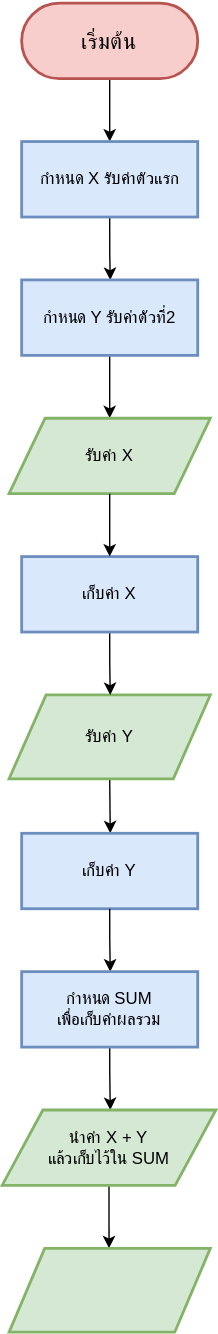
ruangrith-ri/MDT112-InClassActivity keeps this draw.io diagram as Week4 Student/Untitled Diagram.svg. Above is the earlier version. Source tidied: cells renumbered, new cells last; positions are measured from the earlier drawing's top-left corner, leaving out a move shared by most shapes. Its diagram source:
```xml
<mxGraphModel background="#ffffff">
  <root>
    <mxCell id="0" />
    <mxCell id="1" parent="0" />
    <mxCell id="2" style="edgeStyle=orthogonalEdgeStyle;rounded=0;jettySize=auto;html=1;exitX=0.5;exitY=1;exitDx=0;exitDy=0;" parent="1" edge="1" source="3">
      <mxGeometry relative="1" as="geometry">
        <mxPoint x="77" y="99" as="targetPoint" />
      </mxGeometry>
    </mxCell>
    <mxCell id="3" value="&lt;font size=&quot;3&quot;&gt;เริ่มต้น&lt;/font&gt;" style="rounded=1;whiteSpace=wrap;html=1;absoluteArcSize=1;arcSize=126;strokeWidth=2;fillColor=#f8cecc;strokeColor=#b85450;" parent="1" vertex="1">
      <mxGeometry x="14" width="126" height="54" as="geometry" />
    </mxCell>
    <mxCell id="4" style="edgeStyle=orthogonalEdgeStyle;rounded=0;jettySize=auto;html=1;exitX=0.5;exitY=1;exitDx=0;exitDy=0;" parent="1" edge="1" source="5">
      <mxGeometry relative="1" as="geometry">
        <mxPoint x="77.4" y="198" as="targetPoint" />
        <Array as="points">
          <mxPoint x="77" y="180" />
          <mxPoint x="77" y="180" />
        </Array>
      </mxGeometry>
    </mxCell>
    <mxCell id="5" value="กำหนด X รับค่าตัวแรก" style="rounded=1;whiteSpace=wrap;html=1;absoluteArcSize=1;arcSize=0;strokeWidth=2;fillColor=#dae8fc;strokeColor=#6c8ebf;" parent="1" vertex="1">
      <mxGeometry x="14" y="99" width="126" height="54" as="geometry" />
    </mxCell>
    <mxCell id="6" style="edgeStyle=orthogonalEdgeStyle;rounded=0;jettySize=auto;html=1;exitX=0.5;exitY=1;exitDx=0;exitDy=0;" parent="1" edge="1" source="7">
      <mxGeometry relative="1" as="geometry">
        <mxPoint x="77" y="297" as="targetPoint" />
      </mxGeometry>
    </mxCell>
    <mxCell id="7" value="กำหนด Y รับค่าตัวที่2" style="rounded=1;whiteSpace=wrap;html=1;absoluteArcSize=1;arcSize=0;strokeWidth=2;fillColor=#dae8fc;strokeColor=#6c8ebf;" parent="1" vertex="1">
      <mxGeometry x="14" y="198" width="126" height="54" as="geometry" />
    </mxCell>
    <mxCell id="8" style="group;" parent="1" vertex="1">
      <mxGeometry x="5" y="297" width="144" height="351" as="geometry" />
    </mxCell>
    <mxCell id="9" value="รับค่า X" style="shape=parallelogram;html=1;strokeWidth=2;perimeter=parallelogramPerimeter;whiteSpace=wrap;rounded=1;arcSize=0;size=0.17913029325181393;fillColor=#d5e8d4;strokeColor=#82b366;" parent="8" vertex="1">
      <mxGeometry width="144" height="54" as="geometry" />
    </mxCell>
    <mxCell id="10" style="edgeStyle=orthogonalEdgeStyle;rounded=0;jettySize=auto;html=1;exitX=0.5;exitY=1;exitDx=0;exitDy=0;" parent="8" edge="1" source="11">
      <mxGeometry relative="1" as="geometry">
        <mxPoint x="72.4" y="297" as="targetPoint" />
      </mxGeometry>
    </mxCell>
    <mxCell id="11" value="รับค่า Y" style="shape=parallelogram;html=1;strokeWidth=2;perimeter=parallelogramPerimeter;whiteSpace=wrap;rounded=1;arcSize=0;size=0.18376839900362407;fillColor=#d5e8d4;strokeColor=#82b366;" parent="8" vertex="1">
      <mxGeometry y="198" width="144" height="60" as="geometry" />
    </mxCell>
    <mxCell id="12" style="edgeStyle=orthogonalEdgeStyle;rounded=0;jettySize=auto;html=1;exitX=0.5;exitY=1;exitDx=0;exitDy=0;" parent="8" edge="1" source="13">
      <mxGeometry relative="1" as="geometry">
        <mxPoint x="72.4" y="198" as="targetPoint" />
        <Array as="points">
          <mxPoint x="72" y="176" />
          <mxPoint x="72" y="176" />
        </Array>
      </mxGeometry>
    </mxCell>
    <mxCell id="13" value="เก็บค่า X" style="rounded=1;whiteSpace=wrap;html=1;absoluteArcSize=1;arcSize=0;strokeWidth=2;fillColor=#dae8fc;strokeColor=#6c8ebf;" parent="8" vertex="1">
      <mxGeometry x="9" y="99" width="126" height="54" as="geometry" />
    </mxCell>
    <mxCell id="14" style="edgeStyle=orthogonalEdgeStyle;rounded=0;jettySize=auto;html=1;exitX=0.5;exitY=1;exitDx=0;exitDy=0;" parent="8" edge="1" source="9" target="13">
      <mxGeometry relative="1" as="geometry" />
    </mxCell>
    <mxCell id="15" value="เก็บค่า Y" style="rounded=1;whiteSpace=wrap;html=1;absoluteArcSize=1;arcSize=0;strokeWidth=2;fillColor=#dae8fc;strokeColor=#6c8ebf;" parent="8" vertex="1">
      <mxGeometry x="9" y="297" width="126" height="54" as="geometry" />
    </mxCell>
    <mxCell id="16" style="edgeStyle=orthogonalEdgeStyle;rounded=0;jettySize=auto;html=1;exitX=0.5;exitY=1;exitDx=0;exitDy=0;" parent="1" edge="1" source="15">
      <mxGeometry relative="1" as="geometry">
        <mxPoint x="77.4" y="693" as="targetPoint" />
        <Array as="points">
          <mxPoint x="77" y="670" />
          <mxPoint x="77" y="670" />
        </Array>
      </mxGeometry>
    </mxCell>
    <mxCell id="17" style="edgeStyle=orthogonalEdgeStyle;rounded=0;jettySize=auto;html=1;exitX=0.5;exitY=1;exitDx=0;exitDy=0;" parent="1" edge="1" source="18">
      <mxGeometry relative="1" as="geometry">
        <mxPoint x="77.4" y="792" as="targetPoint" />
        <Array as="points">
          <mxPoint x="77" y="765" />
          <mxPoint x="77" y="765" />
        </Array>
      </mxGeometry>
    </mxCell>
    <mxCell id="18" value="กำหนด SUM &lt;br&gt;เพื่อเก็บค่าผลรวม" style="rounded=1;whiteSpace=wrap;html=1;absoluteArcSize=1;arcSize=0;strokeWidth=2;fillColor=#dae8fc;strokeColor=#6c8ebf;" parent="1" vertex="1">
      <mxGeometry x="14" y="693" width="126" height="54" as="geometry" />
    </mxCell>
    <mxCell id="19" style="edgeStyle=orthogonalEdgeStyle;rounded=0;jettySize=auto;html=1;exitX=0.5;exitY=1;exitDx=0;exitDy=0;" parent="1" edge="1" source="20">
      <mxGeometry relative="1" as="geometry">
        <mxPoint x="76.5" y="891" as="targetPoint" />
      </mxGeometry>
    </mxCell>
    <mxCell id="20" value="นำค่า X + Y&lt;br&gt;แล้วเก็บไว้ใน SUM" style="shape=parallelogram;html=1;strokeWidth=2;perimeter=parallelogramPerimeter;whiteSpace=wrap;rounded=1;arcSize=0;size=0.19072477921195666;fillColor=#d5e8d4;strokeColor=#82b366;" parent="1" vertex="1">
      <mxGeometry y="792" width="153" height="54" as="geometry" />
    </mxCell>
    <mxCell id="21" style="shape=parallelogram;html=1;strokeWidth=2;perimeter=parallelogramPerimeter;whiteSpace=wrap;rounded=1;arcSize=0;size=0.17681173573369732;fillColor=#d5e8d4;strokeColor=#82b366;" parent="1" vertex="1">
      <mxGeometry x="5" y="891" width="144" height="60" as="geometry" />
    </mxCell>
  </root>
</mxGraphModel>
```
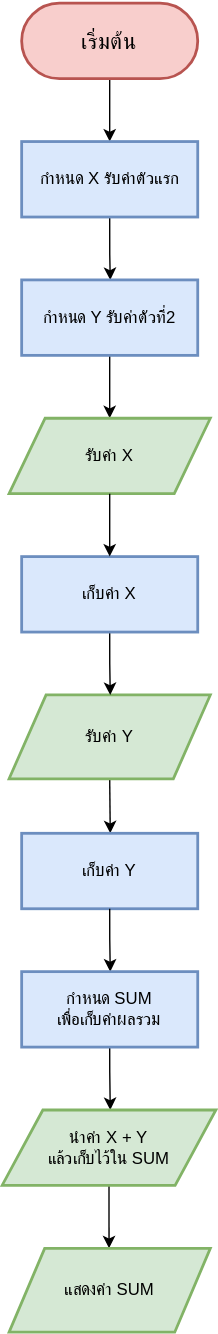
Above is the later version.

What changed in the source:
```diff
@@ -91,7 +91,7 @@
     <mxCell id="20" value="นำค่า X + Y&lt;br&gt;แล้วเก็บไว้ใน SUM" style="shape=parallelogram;html=1;strokeWidth=2;perimeter=parallelogramPerimeter;whiteSpace=wrap;rounded=1;arcSize=0;size=0.19072477921195666;fillColor=#d5e8d4;strokeColor=#82b366;" parent="1" vertex="1">
       <mxGeometry y="792" width="153" height="54" as="geometry" />
     </mxCell>
-    <mxCell id="21" style="shape=parallelogram;html=1;strokeWidth=2;perimeter=parallelogramPerimeter;whiteSpace=wrap;rounded=1;arcSize=0;size=0.17681173573369732;fillColor=#d5e8d4;strokeColor=#82b366;" parent="1" vertex="1">
+    <mxCell id="21" value="แสดงค่า SUM" style="shape=parallelogram;html=1;strokeWidth=2;perimeter=parallelogramPerimeter;whiteSpace=wrap;rounded=1;arcSize=0;size=0.17681173573369732;fillColor=#d5e8d4;strokeColor=#82b366;" parent="1" vertex="1">
       <mxGeometry x="5" y="891" width="144" height="60" as="geometry" />
     </mxCell>
   </root>
```
